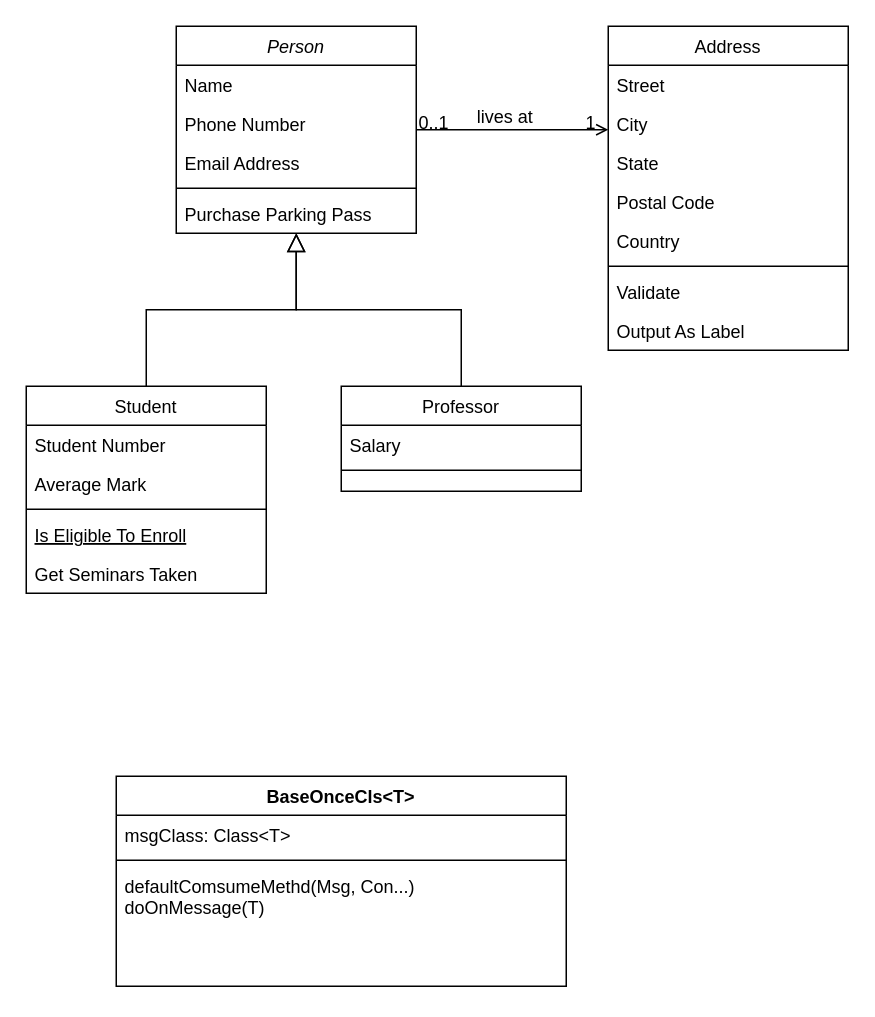
Earlier version of the draw.io diagram Untitled Diagram.drawio (enchanter1cl/test-demo). Source tidied: cells renumbered, new cells numbered last; positions are measured from the earlier drawing's top-left corner, leaving out a move shared by most shapes. Both pictures are drawn from the tidied source at 150%, with x=0, y=0 at pixel (26, 26).
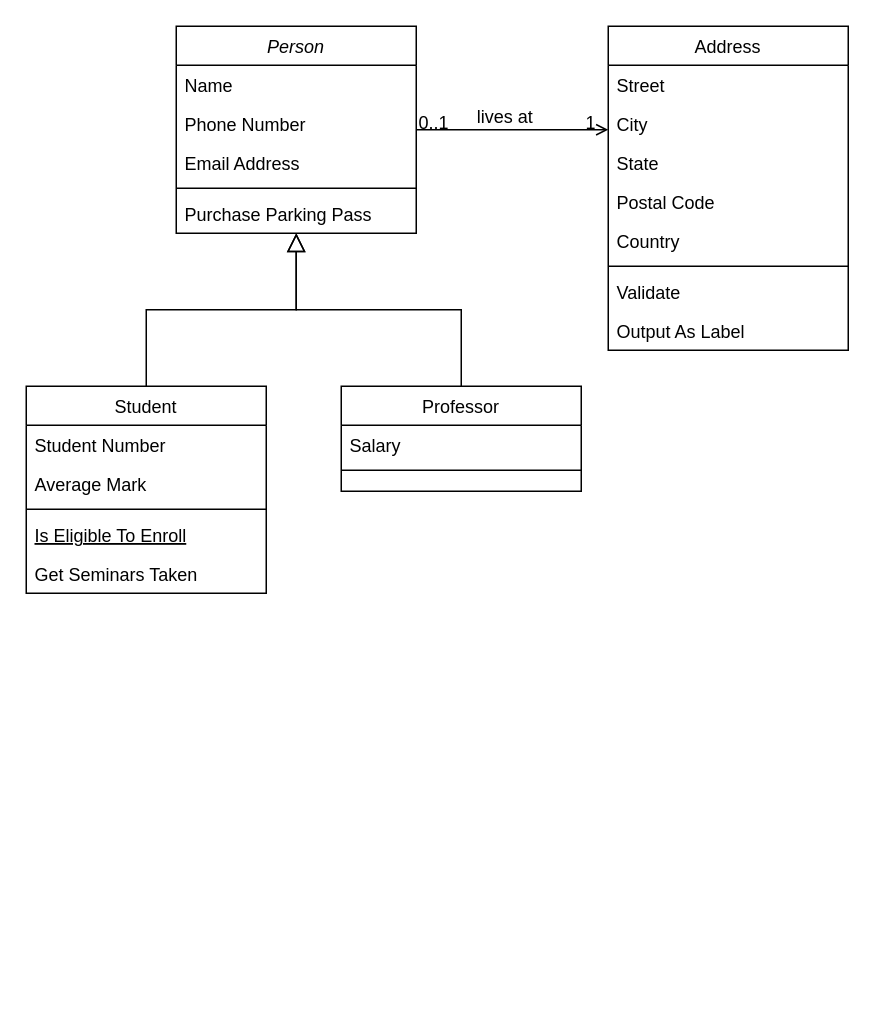
The same diagram, later.

Diff of the diagram source:
```diff
@@
-    <mxCell id="32" value="BaseOnceCls&lt;T&gt;" style="swimlane;fontStyle=1;align=center;verticalAlign=top;horizontal=1;startSize=26;" parent="1" vertex="1">
-      <mxGeometry x="60" y="500" width="300" height="140" as="geometry" />
-    </mxCell>
-    <mxCell id="33" value="msgClass: Class&lt;T&gt;" style="text;strokeColor=none;fillColor=none;align=left;verticalAlign=top;spacingLeft=4;spacingRight=4;overflow=hidden;" parent="32" vertex="1">
-      <mxGeometry y="26" width="300" height="26" as="geometry" />
-    </mxCell>
-    <mxCell id="34" style="line;strokeWidth=1;fillColor=none;align=left;verticalAlign=middle;spacingTop=-1;spacingLeft=3;spacingRight=3;labelPosition=right;strokeColor=inherit;" parent="32" vertex="1">
-      <mxGeometry y="52" width="300" height="8" as="geometry" />
-    </mxCell>
-    <mxCell id="35" value="defaultComsumeMethd(Msg, Con...)&#10;doOnMessage(T)" style="text;strokeColor=none;fillColor=none;align=left;verticalAlign=top;spacingLeft=4;spacingRight=4;overflow=hidden;" parent="32" vertex="1">
-      <mxGeometry y="60" width="300" height="80" as="geometry" />
-    </mxCell>
```
